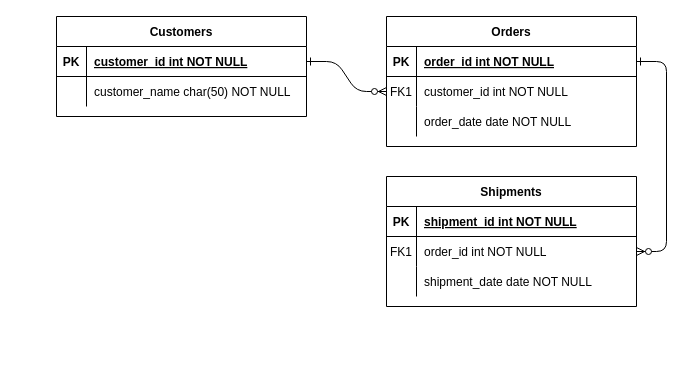
The draw.io diagram Untitled Diagram.drawio in alto-I/fjord-practice, before the edit. Source tidied: cells renumbered, new cells numbered last; positions are measured from the earlier drawing's top-left corner, leaving out a move shared by most shapes. Both pictures are drawn from the tidied source at 100%, with x=0, y=0 at pixel (56, 16).
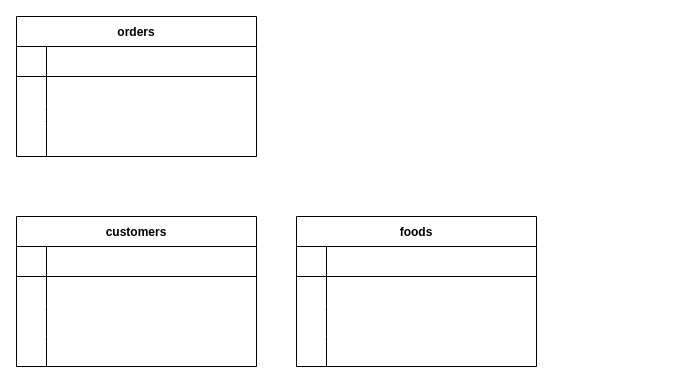
The same diagram, later.

Diff of the diagram source:
```diff
@@
-    <mxCell id="2" style="edgeStyle=entityRelationEdgeStyle;endArrow=ERzeroToMany;startArrow=ERone;endFill=1;startFill=0;" parent="1" edge="1" source="25" target="8">
-      <mxGeometry relative="1" as="geometry" />
-    </mxCell>
-    <mxCell id="3" style="edgeStyle=entityRelationEdgeStyle;endArrow=ERzeroToMany;startArrow=ERone;endFill=1;startFill=0;" parent="1" edge="1" source="5" target="18">
-      <mxGeometry relative="1" as="geometry" />
-    </mxCell>
-    <mxCell id="4" value="Orders" style="shape=table;startSize=30;childLayout=tableLayout;rowLines=0;fontStyle=1;align=center;" parent="1" vertex="1">
-      <mxGeometry x="330" width="250" height="130" as="geometry" />
-    </mxCell>
-    <mxCell id="5" style="shape=partialRectangle;fillColor=none;points=[[0,0.5],[1,0.5]];portConstraint=eastwest;top=0;left=0;right=0;bottom=1;" parent="4" vertex="1">
-      <mxGeometry y="30" width="250" height="30" as="geometry" />
-    </mxCell>
-    <mxCell id="6" value="PK" style="shape=partialRectangle;overflow=hidden;fillColor=none;top=0;left=0;bottom=0;right=0;fontStyle=1;" parent="5" vertex="1">
-      <mxGeometry width="30" height="30" as="geometry" />
-    </mxCell>
-    <mxCell id="7" value="order_id int NOT NULL " style="shape=partialRectangle;overflow=hidden;fillColor=none;top=0;left=0;bottom=0;right=0;align=left;spacingLeft=6;fontStyle=5;" parent="5" vertex="1">
-      <mxGeometry x="30" width="220" height="30" as="geometry" />
-    </mxCell>
-    <mxCell id="8" style="shape=partialRectangle;fillColor=none;points=[[0,0.5],[1,0.5]];portConstraint=eastwest;top=0;left=0;right=0;bottom=0;" parent="4" vertex="1">
-      <mxGeometry y="60" width="250" height="30" as="geometry" />
-    </mxCell>
-    <mxCell id="9" value="FK1" style="shape=partialRectangle;overflow=hidden;fillColor=none;top=0;left=0;bottom=0;right=0;" parent="8" vertex="1">
-      <mxGeometry width="30" height="30" as="geometry" />
-    </mxCell>
-    <mxCell id="10" value="customer_id int NOT NULL" style="shape=partialRectangle;overflow=hidden;fillColor=none;top=0;left=0;bottom=0;right=0;align=left;spacingLeft=6;" parent="8" vertex="1">
-      <mxGeometry x="30" width="220" height="30" as="geometry" />
-    </mxCell>
-    <mxCell id="11" style="shape=partialRectangle;fillColor=none;top=0;left=0;right=0;bottom=0;" parent="4" vertex="1">
-      <mxGeometry y="90" width="250" height="30" as="geometry" />
-    </mxCell>
-    <mxCell id="12" style="shape=partialRectangle;overflow=hidden;fillColor=none;top=0;left=0;bottom=0;right=0;" parent="11" vertex="1">
-      <mxGeometry width="30" height="30" as="geometry" />
-    </mxCell>
-    <mxCell id="13" value="order_date date NOT NULL" style="shape=partialRectangle;overflow=hidden;fillColor=none;top=0;left=0;bottom=0;right=0;align=left;spacingLeft=6;" parent="11" vertex="1">
-      <mxGeometry x="30" width="220" height="30" as="geometry" />
-    </mxCell>
-    <mxCell id="14" value="Shipments" style="shape=table;startSize=30;childLayout=tableLayout;rowLines=0;fontStyle=1;align=center;" parent="1" vertex="1">
-      <mxGeometry x="330" y="160" width="250" height="130" as="geometry" />
-    </mxCell>
-    <mxCell id="15" style="shape=partialRectangle;fillColor=none;top=0;left=0;right=0;bottom=1;" parent="14" vertex="1">
-      <mxGeometry y="30" width="250" height="30" as="geometry" />
-    </mxCell>
-    <mxCell id="16" value="PK" style="shape=partialRectangle;overflow=hidden;fillColor=none;top=0;left=0;bottom=0;right=0;fontStyle=1;" parent="15" vertex="1">
-      <mxGeometry width="30" height="30" as="geometry" />
-    </mxCell>
-    <mxCell id="17" value="shipment_id int NOT NULL " style="shape=partialRectangle;overflow=hidden;fillColor=none;top=0;left=0;bottom=0;right=0;align=left;spacingLeft=6;fontStyle=5;" parent="15" vertex="1">
-      <mxGeometry x="30" width="220" height="30" as="geometry" />
-    </mxCell>
-    <mxCell id="18" style="shape=partialRectangle;fillColor=none;points=[[0,0.5],[1,0.5]];portConstraint=eastwest;top=0;left=0;right=0;bottom=0;" parent="14" vertex="1">
-      <mxGeometry y="60" width="250" height="30" as="geometry" />
-    </mxCell>
-    <mxCell id="19" value="FK1" style="shape=partialRectangle;overflow=hidden;fillColor=none;top=0;left=0;bottom=0;right=0;" parent="18" vertex="1">
-      <mxGeometry width="30" height="30" as="geometry" />
-    </mxCell>
-    <mxCell id="20" value="order_id int NOT NULL" style="shape=partialRectangle;overflow=hidden;fillColor=none;top=0;left=0;bottom=0;right=0;align=left;spacingLeft=6;" parent="18" vertex="1">
-      <mxGeometry x="30" width="220" height="30" as="geometry" />
-    </mxCell>
-    <mxCell id="21" style="shape=partialRectangle;fillColor=none;top=0;left=0;right=0;bottom=0;" parent="14" vertex="1">
-      <mxGeometry y="90" width="250" height="30" as="geometry" />
-    </mxCell>
-    <mxCell id="22" style="shape=partialRectangle;overflow=hidden;fillColor=none;top=0;left=0;bottom=0;right=0;" parent="21" vertex="1">
-      <mxGeometry width="30" height="30" as="geometry" />
-    </mxCell>
-    <mxCell id="23" value="shipment_date date NOT NULL" style="shape=partialRectangle;overflow=hidden;fillColor=none;top=0;left=0;bottom=0;right=0;align=left;spacingLeft=6;" parent="21" vertex="1">
-      <mxGeometry x="30" width="220" height="30" as="geometry" />
-    </mxCell>
-    <mxCell id="24" value="Customers" style="shape=table;startSize=30;childLayout=tableLayout;rowLines=0;fontStyle=1;align=center;" parent="1" vertex="1">
-      <mxGeometry width="250" height="100" as="geometry" />
-    </mxCell>
-    <mxCell id="25" style="shape=partialRectangle;fillColor=none;points=[[0,0.5],[1,0.5]];portConstraint=eastwest;top=0;left=0;right=0;bottom=1;" parent="24" vertex="1">
-      <mxGeometry y="30" width="250" height="30" as="geometry" />
-    </mxCell>
-    <mxCell id="26" value="PK" style="shape=partialRectangle;overflow=hidden;fillColor=none;top=0;left=0;bottom=0;right=0;fontStyle=1;" parent="25" vertex="1">
-      <mxGeometry width="30" height="30" as="geometry" />
-    </mxCell>
-    <mxCell id="27" value="customer_id int NOT NULL " style="shape=partialRectangle;overflow=hidden;fillColor=none;top=0;left=0;bottom=0;right=0;align=left;spacingLeft=6;fontStyle=5;" parent="25" vertex="1">
-      <mxGeometry x="30" width="220" height="30" as="geometry" />
-    </mxCell>
-    <mxCell id="28" style="shape=partialRectangle;fillColor=none;top=0;left=0;right=0;bottom=0;" parent="24" vertex="1">
-      <mxGeometry y="60" width="250" height="30" as="geometry" />
-    </mxCell>
-    <mxCell id="29" style="shape=partialRectangle;overflow=hidden;fillColor=none;top=0;left=0;bottom=0;right=0;" parent="28" vertex="1">
-      <mxGeometry width="30" height="30" as="geometry" />
-    </mxCell>
-    <mxCell id="30" value="customer_name char(50) NOT NULL" style="shape=partialRectangle;overflow=hidden;fillColor=none;top=0;left=0;bottom=0;right=0;align=left;spacingLeft=6;" parent="28" vertex="1">
-      <mxGeometry x="30" width="220" height="30" as="geometry" />
-    </mxCell>
+    <mxCell id="31" value="orders" style="shape=table;startSize=30;childLayout=tableLayout;rowLines=0;fontStyle=1;align=center;" parent="1" vertex="1">
+      <mxGeometry x="-40" width="240" height="140" as="geometry" />
+    </mxCell>
+    <mxCell id="32" style="shape=partialRectangle;fillColor=none;top=0;left=0;bottom=1;right=0;" parent="31" vertex="1">
+      <mxGeometry y="30" width="240" height="30" as="geometry" />
+    </mxCell>
+    <mxCell id="33" style="shape=partialRectangle;fillColor=none;top=0;left=0;bottom=0;right=0;fontStyle=1;overflow=hidden;" parent="32" vertex="1">
+      <mxGeometry width="30" height="30" as="geometry" />
+    </mxCell>
+    <mxCell id="34" style="shape=partialRectangle;fillColor=none;top=0;left=0;bottom=0;right=0;align=left;spacingLeft=6;fontStyle=5;overflow=hidden;" parent="32" vertex="1">
+      <mxGeometry x="30" width="210" height="30" as="geometry" />
+    </mxCell>
+    <mxCell id="35" style="shape=partialRectangle;fillColor=none;top=0;left=0;bottom=0;right=0;" parent="31" vertex="1">
+      <mxGeometry y="60" width="240" height="30" as="geometry" />
+    </mxCell>
+    <mxCell id="36" style="shape=partialRectangle;fillColor=none;top=0;left=0;bottom=0;right=0;overflow=hidden;" parent="35" vertex="1">
+      <mxGeometry width="30" height="30" as="geometry" />
+    </mxCell>
+    <mxCell id="37" style="shape=partialRectangle;fillColor=none;top=0;left=0;bottom=0;right=0;align=left;spacingLeft=6;overflow=hidden;" parent="35" vertex="1">
+      <mxGeometry x="30" width="210" height="30" as="geometry" />
+    </mxCell>
+    <mxCell id="38" style="shape=partialRectangle;fillColor=none;top=0;left=0;bottom=0;right=0;" parent="31" vertex="1">
+      <mxGeometry y="90" width="240" height="20" as="geometry" />
+    </mxCell>
+    <mxCell id="39" style="shape=partialRectangle;fillColor=none;top=0;left=0;bottom=0;right=0;overflow=hidden;" parent="38" vertex="1">
+      <mxGeometry width="30" height="20" as="geometry" />
+    </mxCell>
+    <mxCell id="40" style="shape=partialRectangle;fillColor=none;top=0;left=0;bottom=0;right=0;align=left;spacingLeft=6;overflow=hidden;" parent="38" vertex="1">
+      <mxGeometry x="30" width="210" height="20" as="geometry" />
+    </mxCell>
+    <mxCell id="41" style="shape=partialRectangle;fillColor=none;top=0;left=0;bottom=0;right=0;" parent="31" vertex="1">
+      <mxGeometry y="110" width="240" height="30" as="geometry" />
+    </mxCell>
+    <mxCell id="42" style="shape=partialRectangle;fillColor=none;top=0;left=0;bottom=0;right=0;overflow=hidden;" parent="41" vertex="1">
+      <mxGeometry width="30" height="30" as="geometry" />
+    </mxCell>
+    <mxCell id="43" style="shape=partialRectangle;fillColor=none;top=0;left=0;bottom=0;right=0;align=left;spacingLeft=6;overflow=hidden;" parent="41" vertex="1">
+      <mxGeometry x="30" width="210" height="30" as="geometry" />
+    </mxCell>
+    <mxCell id="44" value="customers" style="shape=table;startSize=30;childLayout=tableLayout;rowLines=0;fontStyle=1;align=center;" parent="1" vertex="1">
+      <mxGeometry x="-40" y="200" width="240" height="150" as="geometry" />
+    </mxCell>
+    <mxCell id="45" style="shape=partialRectangle;fillColor=none;top=0;left=0;bottom=1;right=0;" parent="44" vertex="1">
+      <mxGeometry y="30" width="240" height="30" as="geometry" />
+    </mxCell>
+    <mxCell id="46" style="shape=partialRectangle;fillColor=none;top=0;left=0;bottom=0;right=0;fontStyle=1;overflow=hidden;" parent="45" vertex="1">
+      <mxGeometry width="30" height="30" as="geometry" />
+    </mxCell>
+    <mxCell id="47" style="shape=partialRectangle;fillColor=none;top=0;left=0;bottom=0;right=0;align=left;spacingLeft=6;fontStyle=5;overflow=hidden;" parent="45" vertex="1">
+      <mxGeometry x="30" width="210" height="30" as="geometry" />
+    </mxCell>
+    <mxCell id="48" style="shape=partialRectangle;fillColor=none;top=0;left=0;bottom=0;right=0;" parent="44" vertex="1">
+      <mxGeometry y="60" width="240" height="30" as="geometry" />
+    </mxCell>
+    <mxCell id="49" style="shape=partialRectangle;fillColor=none;top=0;left=0;bottom=0;right=0;overflow=hidden;" parent="48" vertex="1">
+      <mxGeometry width="30" height="30" as="geometry" />
+    </mxCell>
+    <mxCell id="50" style="shape=partialRectangle;fillColor=none;top=0;left=0;bottom=0;right=0;align=left;spacingLeft=6;overflow=hidden;" parent="48" vertex="1">
+      <mxGeometry x="30" width="210" height="30" as="geometry" />
+    </mxCell>
+    <mxCell id="51" style="shape=partialRectangle;fillColor=none;top=0;left=0;bottom=0;right=0;" parent="44" vertex="1">
+      <mxGeometry y="90" width="240" height="30" as="geometry" />
+    </mxCell>
+    <mxCell id="52" style="shape=partialRectangle;fillColor=none;top=0;left=0;bottom=0;right=0;overflow=hidden;" parent="51" vertex="1">
+      <mxGeometry width="30" height="30" as="geometry" />
+    </mxCell>
+    <mxCell id="53" style="shape=partialRectangle;fillColor=none;top=0;left=0;bottom=0;right=0;align=left;spacingLeft=6;overflow=hidden;" parent="51" vertex="1">
+      <mxGeometry x="30" width="210" height="30" as="geometry" />
+    </mxCell>
+    <mxCell id="54" style="shape=partialRectangle;fillColor=none;top=0;left=0;bottom=0;right=0;" parent="44" vertex="1">
+      <mxGeometry y="120" width="240" height="30" as="geometry" />
+    </mxCell>
+    <mxCell id="55" style="shape=partialRectangle;fillColor=none;top=0;left=0;bottom=0;right=0;overflow=hidden;" parent="54" vertex="1">
+      <mxGeometry width="30" height="30" as="geometry" />
+    </mxCell>
+    <mxCell id="56" style="shape=partialRectangle;fillColor=none;top=0;left=0;bottom=0;right=0;align=left;spacingLeft=6;overflow=hidden;" parent="54" vertex="1">
+      <mxGeometry x="30" width="210" height="30" as="geometry" />
+    </mxCell>
+    <mxCell id="57" value="foods" style="shape=table;startSize=30;childLayout=tableLayout;rowLines=0;fontStyle=1;align=center;" parent="1" vertex="1">
+      <mxGeometry x="240" y="200" width="240" height="150" as="geometry" />
+    </mxCell>
+    <mxCell id="58" style="shape=partialRectangle;fillColor=none;top=0;left=0;bottom=1;right=0;" parent="57" vertex="1">
+      <mxGeometry y="30" width="240" height="30" as="geometry" />
+    </mxCell>
+    <mxCell id="59" style="shape=partialRectangle;fillColor=none;top=0;left=0;bottom=0;right=0;fontStyle=1;overflow=hidden;" parent="58" vertex="1">
+      <mxGeometry width="30" height="30" as="geometry" />
+    </mxCell>
+    <mxCell id="60" style="shape=partialRectangle;fillColor=none;top=0;left=0;bottom=0;right=0;align=left;spacingLeft=6;fontStyle=5;overflow=hidden;" parent="58" vertex="1">
+      <mxGeometry x="30" width="210" height="30" as="geometry" />
+    </mxCell>
+    <mxCell id="61" style="shape=partialRectangle;fillColor=none;top=0;left=0;bottom=0;right=0;" parent="57" vertex="1">
+      <mxGeometry y="60" width="240" height="30" as="geometry" />
+    </mxCell>
+    <mxCell id="62" style="shape=partialRectangle;fillColor=none;top=0;left=0;bottom=0;right=0;overflow=hidden;" parent="61" vertex="1">
+      <mxGeometry width="30" height="30" as="geometry" />
+    </mxCell>
+    <mxCell id="63" style="shape=partialRectangle;fillColor=none;top=0;left=0;bottom=0;right=0;align=left;spacingLeft=6;overflow=hidden;" parent="61" vertex="1">
+      <mxGeometry x="30" width="210" height="30" as="geometry" />
+    </mxCell>
+    <mxCell id="64" style="shape=partialRectangle;fillColor=none;top=0;left=0;bottom=0;right=0;" parent="57" vertex="1">
+      <mxGeometry y="90" width="240" height="30" as="geometry" />
+    </mxCell>
+    <mxCell id="65" style="shape=partialRectangle;fillColor=none;top=0;left=0;bottom=0;right=0;overflow=hidden;" parent="64" vertex="1">
+      <mxGeometry width="30" height="30" as="geometry" />
+    </mxCell>
+    <mxCell id="66" style="shape=partialRectangle;fillColor=none;top=0;left=0;bottom=0;right=0;align=left;spacingLeft=6;overflow=hidden;" parent="64" vertex="1">
+      <mxGeometry x="30" width="210" height="30" as="geometry" />
+    </mxCell>
+    <mxCell id="67" style="shape=partialRectangle;fillColor=none;top=0;left=0;bottom=0;right=0;" parent="57" vertex="1">
+      <mxGeometry y="120" width="240" height="30" as="geometry" />
+    </mxCell>
+    <mxCell id="68" style="shape=partialRectangle;fillColor=none;top=0;left=0;bottom=0;right=0;overflow=hidden;" parent="67" vertex="1">
+      <mxGeometry width="30" height="30" as="geometry" />
+    </mxCell>
+    <mxCell id="69" style="shape=partialRectangle;fillColor=none;top=0;left=0;bottom=0;right=0;align=left;spacingLeft=6;overflow=hidden;" parent="67" vertex="1">
+      <mxGeometry x="30" width="210" height="30" as="geometry" />
+    </mxCell>
```
